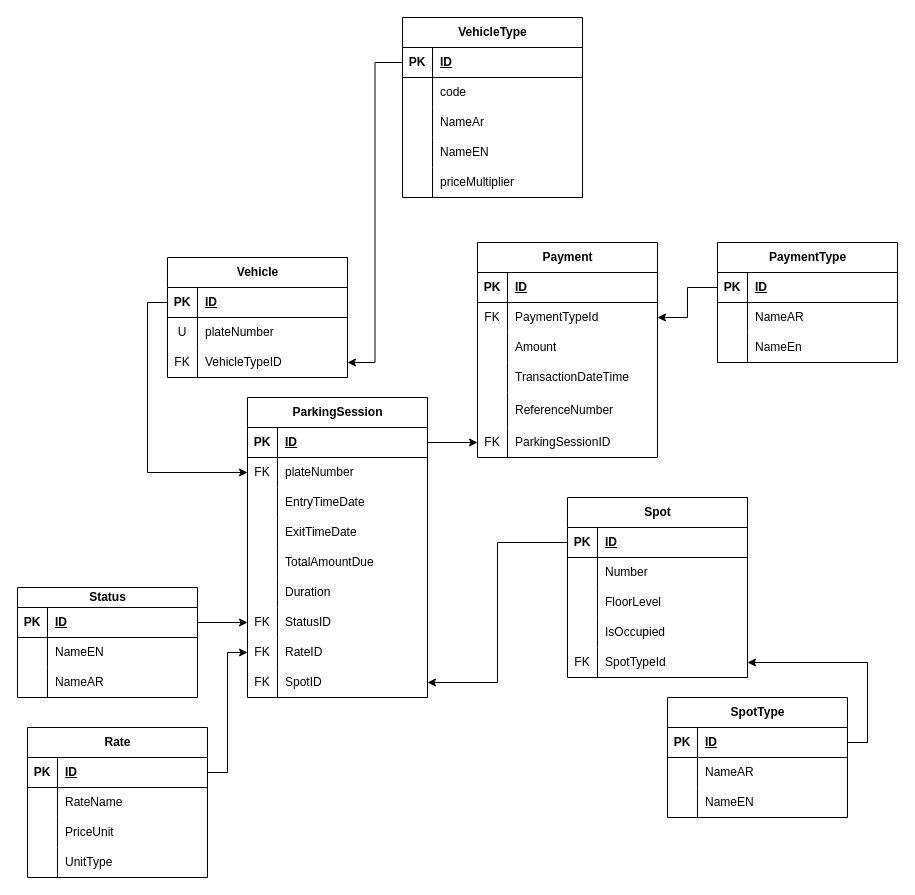
Earlier version of the draw.io diagram ERD/Entity relationship diagram.drawio (badar4code/carparkingsystem). Source tidied: cells renumbered, new cells numbered last; positions are measured from the earlier drawing's top-left corner, leaving out a move shared by most shapes. Both pictures are drawn from the tidied source at 100%, with x=0, y=0 at pixel (17, 17).
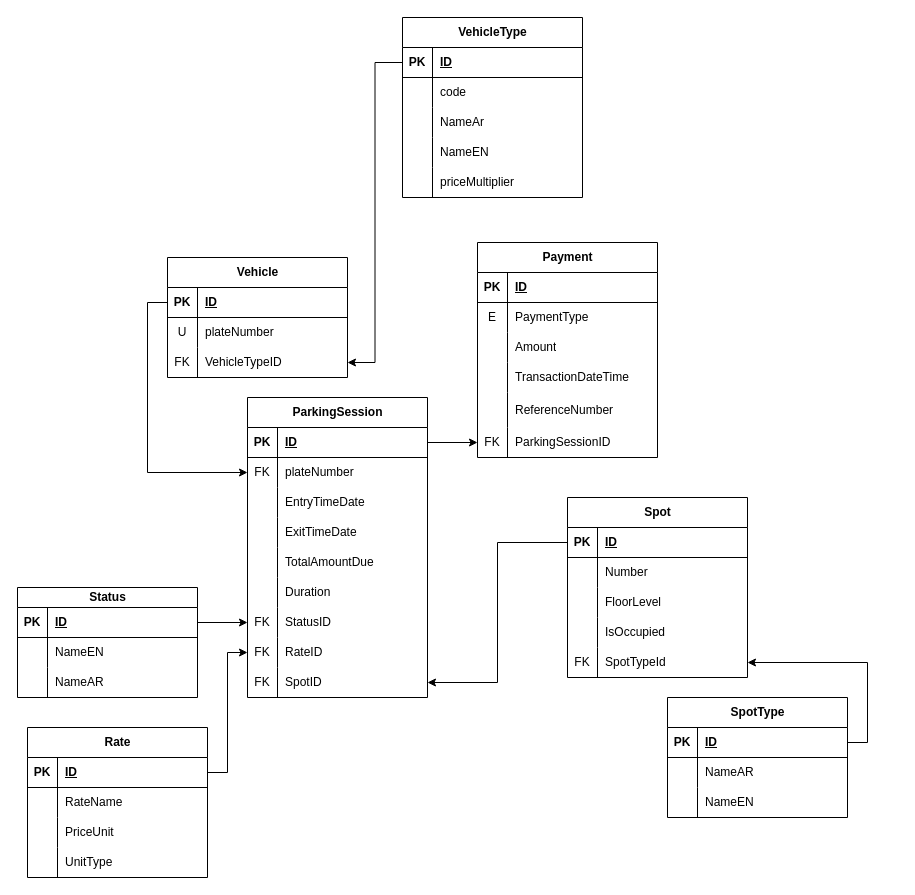
Above is the later version.

Commit message (it also covers changes not shown here):
Adjusting commit message

The change refers to these unchanged cells:
```xml
<mxCell id="54" style="shape=tableRow;horizontal=0;startSize=0;swimlaneHead=0;swimlaneBody=0;fillColor=none;points=[[0,0.5],[1,0.5]];portConstraint=eastwest;top=0;left=0;right=0;bottom=0;" parent="50" vertex="1">
  <mxGeometry y="60" width="180" height="30" as="geometry" />
</mxCell>
```

Diff of the diagram source:
```diff
@@
-    <mxCell id="55" value="FK" style="shape=partialRectangle;fillColor=none;top=0;left=0;bottom=0;right=0;overflow=hidden;whiteSpace=wrap;html=1;" parent="54" vertex="1">
+    <mxCell id="55" value="E" style="shape=partialRectangle;fillColor=none;top=0;left=0;bottom=0;right=0;overflow=hidden;whiteSpace=wrap;html=1;" parent="54" vertex="1">
       <mxGeometry width="30" height="30" as="geometry" />
     </mxCell>
-    <mxCell id="56" value="PaymentTypeId" style="shape=partialRectangle;fillColor=none;top=0;left=0;bottom=0;right=0;align=left;spacingLeft=6;overflow=hidden;whiteSpace=wrap;html=1;" parent="54" vertex="1">
+    <mxCell id="56" value="PaymentType" style="shape=partialRectangle;fillColor=none;top=0;left=0;bottom=0;right=0;align=left;spacingLeft=6;overflow=hidden;whiteSpace=wrap;html=1;" parent="54" vertex="1">
       <mxGeometry x="30" width="150" height="30" as="geometry" />
     </mxCell>
@@
-    <mxCell id="69" value="PaymentType" style="shape=table;startSize=30;childLayout=tableLayout;rowLines=0;fontStyle=1;align=center;html=1;" parent="1" vertex="1">
-      <mxGeometry x="700" y="225" width="180" height="120" as="geometry" />
-    </mxCell>
-    <mxCell id="70" style="shape=tableRow;horizontal=0;startSize=0;swimlaneHead=0;swimlaneBody=0;fillColor=none;points=[[0,0.5],[1,0.5]];portConstraint=eastwest;top=0;left=0;right=0;bottom=1;" parent="69" vertex="1">
-      <mxGeometry y="30" width="180" height="30" as="geometry" />
-    </mxCell>
-    <mxCell id="71" value="PK" style="shape=partialRectangle;fillColor=none;top=0;left=0;bottom=0;right=0;fontStyle=1;overflow=hidden;whiteSpace=wrap;html=1;" parent="70" vertex="1">
-      <mxGeometry width="30" height="30" as="geometry" />
-    </mxCell>
-    <mxCell id="72" value="ID" style="shape=partialRectangle;fillColor=none;top=0;left=0;bottom=0;right=0;align=left;spacingLeft=6;fontStyle=5;overflow=hidden;whiteSpace=wrap;html=1;" parent="70" vertex="1">
-      <mxGeometry x="30" width="150" height="30" as="geometry" />
-    </mxCell>
-    <mxCell id="73" style="shape=tableRow;horizontal=0;startSize=0;swimlaneHead=0;swimlaneBody=0;fillColor=none;top=0;left=0;right=0;bottom=0;" parent="69" vertex="1">
-      <mxGeometry y="60" width="180" height="30" as="geometry" />
-    </mxCell>
-    <mxCell id="74" style="shape=partialRectangle;fillColor=none;top=0;left=0;bottom=0;right=0;overflow=hidden;whiteSpace=wrap;html=1;" parent="73" vertex="1">
-      <mxGeometry width="30" height="30" as="geometry" />
-    </mxCell>
-    <mxCell id="75" value="NameAR" style="shape=partialRectangle;fillColor=none;top=0;left=0;bottom=0;right=0;align=left;spacingLeft=6;overflow=hidden;whiteSpace=wrap;html=1;" parent="73" vertex="1">
-      <mxGeometry x="30" width="150" height="30" as="geometry" />
-    </mxCell>
-    <mxCell id="76" style="shape=tableRow;horizontal=0;startSize=0;swimlaneHead=0;swimlaneBody=0;fillColor=none;top=0;left=0;right=0;bottom=0;" parent="69" vertex="1">
-      <mxGeometry y="90" width="180" height="30" as="geometry" />
-    </mxCell>
-    <mxCell id="77" style="shape=partialRectangle;fillColor=none;top=0;left=0;bottom=0;right=0;overflow=hidden;whiteSpace=wrap;html=1;" parent="76" vertex="1">
-      <mxGeometry width="30" height="30" as="geometry" />
-    </mxCell>
-    <mxCell id="78" value="NameEn" style="shape=partialRectangle;fillColor=none;top=0;left=0;bottom=0;right=0;align=left;spacingLeft=6;overflow=hidden;whiteSpace=wrap;html=1;" parent="76" vertex="1">
-      <mxGeometry x="30" width="150" height="30" as="geometry" />
-    </mxCell>
@@
-    <mxCell id="122" style="edgeStyle=orthogonalEdgeStyle;rounded=0;jettySize=auto;html=1;entryX=1;entryY=0.5;entryDx=0;entryDy=0;" parent="1" edge="1" source="70" target="54">
-      <mxGeometry relative="1" as="geometry" />
-    </mxCell>
```
